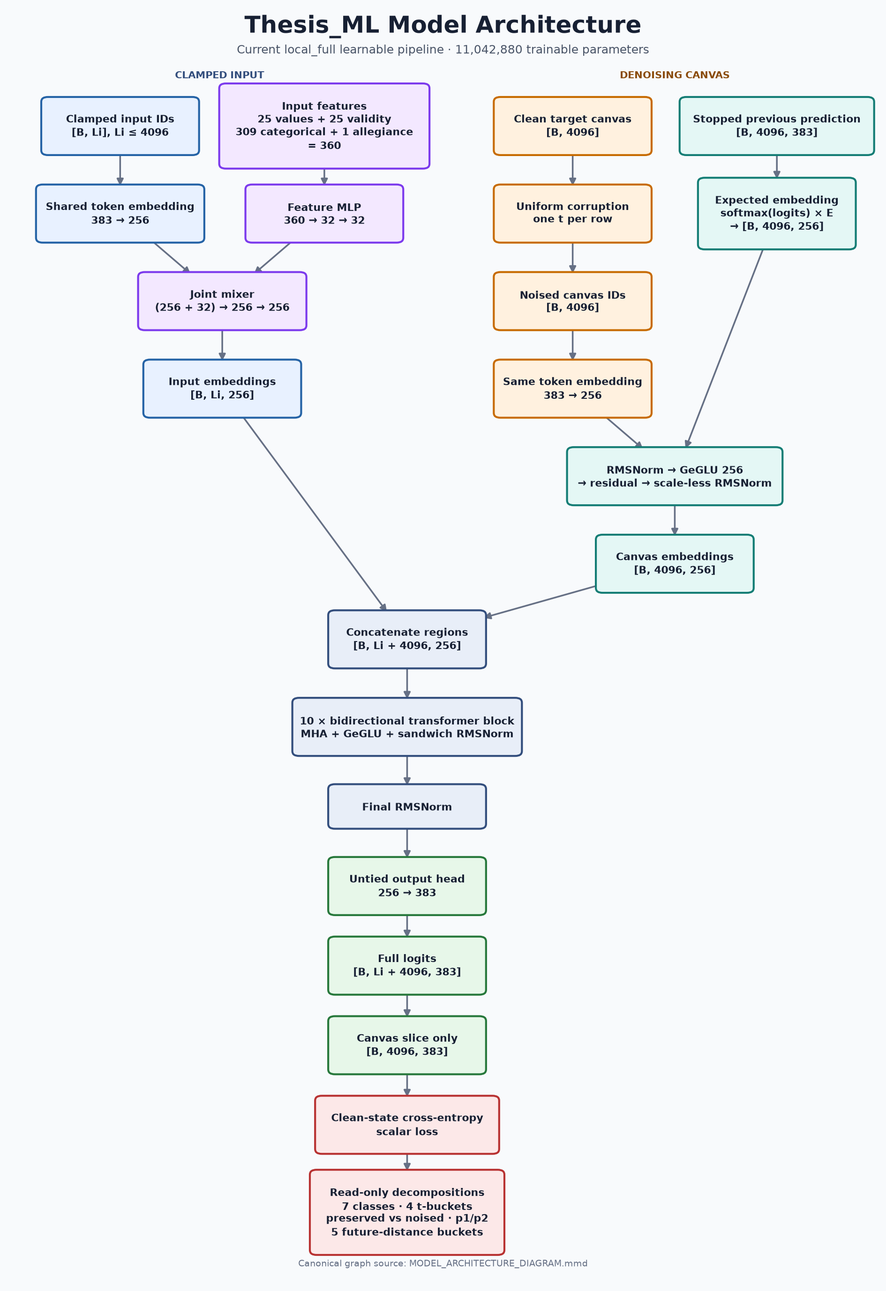
Before: Model_Architecture/MODEL_ARCHITECTURE_DIAGRAM.png, a diagram exported from Mermaid (mataeo-eh/Thesis_ML). Its source is kept beside it as Model_Architecture/MODEL_ARCHITECTURE_DIAGRAM.mmd. Its diagram source:
```mermaid
flowchart TD
    A["Clamped input IDs<br/>[B, Li], Li ≤ 4096"] --> E["Shared token embedding<br/>383 → 256"]
    AF["Input features<br/>25 values + 25 validity<br/>309 categorical + 1 allegiance<br/>= 360"] --> FM["Feature MLP<br/>360 → 32 → 32"]
    E --> JM["Joint mixer<br/>(256 + 32) → 256 → 256"]
    FM --> JM
    JM --> IE["Input embeddings<br/>[B, Li, 256]"]

    T["Clean target canvas<br/>[B, 4096]"] --> C["Uniform corruption<br/>one t per row"]
    C --> NE["Noised canvas IDs<br/>[B, 4096]"]
    NE --> E2["Same token embedding<br/>383 → 256"]

    FP["Stopped previous prediction<br/>[B, 4096, 383]"] --> EX["Expected embedding<br/>softmax(logits) × E<br/>→ [B, 4096, 256]"]
    EX --> SC["RMSNorm → GeGLU 256<br/>→ residual → scale-less RMSNorm"]
    E2 --> SC
    SC --> CE["Canvas embeddings<br/>[B, 4096, 256]"]

    IE --> CAT["Concatenate regions<br/>[B, Li + 4096, 256]"]
    CE --> CAT

    CAT --> TR["10 × bidirectional transformer block<br/>MHA + GeGLU + sandwich RMSNorm"]
    TR --> FN["Final RMSNorm"]
    FN --> OH["Untied output head<br/>256 → 383"]
    OH --> FULL["Full logits<br/>[B, Li + 4096, 383]"]
    FULL --> SLICE["Canvas slice only<br/>[B, 4096, 383]"]
    SLICE --> LOSS["Clean-state cross-entropy<br/>scalar loss"]
    LOSS --> DEC["Read-only decompositions<br/>7 classes · 4 t-buckets<br/>preserved vs noised · p1/p2<br/>5 future-distance buckets"]
```
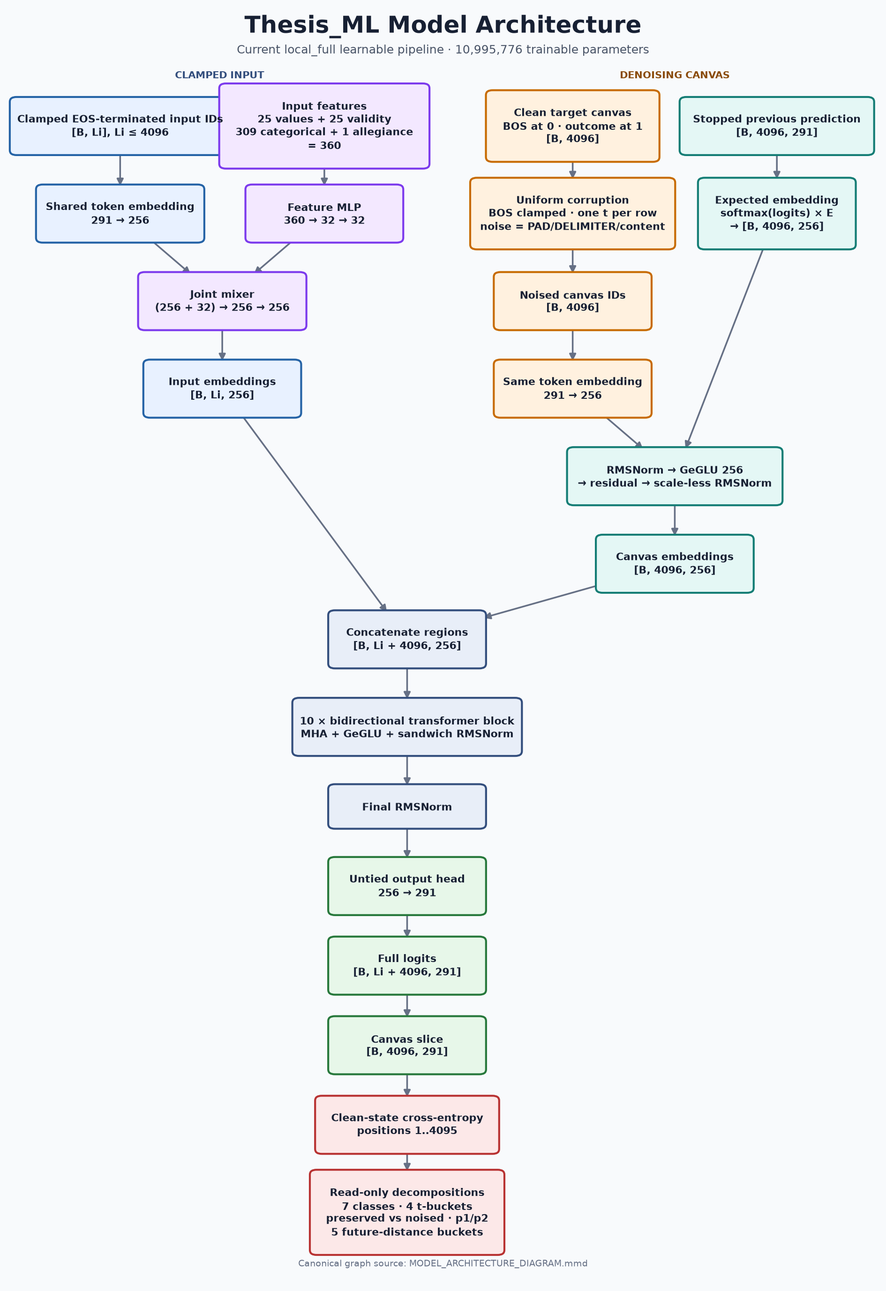
After the commit.

What changed in the source:
```diff
@@ -1,15 +1,15 @@
 flowchart TD
-    A["Clamped input IDs<br/>[B, Li], Li ≤ 4096"] --> E["Shared token embedding<br/>383 → 256"]
+    A["Clamped EOS-terminated input IDs<br/>[B, Li], Li ≤ 4096"] --> E["Shared token embedding<br/>291 → 256"]
     AF["Input features<br/>25 values + 25 validity<br/>309 categorical + 1 allegiance<br/>= 360"] --> FM["Feature MLP<br/>360 → 32 → 32"]
     E --> JM["Joint mixer<br/>(256 + 32) → 256 → 256"]
     FM --> JM
     JM --> IE["Input embeddings<br/>[B, Li, 256]"]
 
-    T["Clean target canvas<br/>[B, 4096]"] --> C["Uniform corruption<br/>one t per row"]
+    T["Clean target canvas<br/>BOS at 0 · outcome at 1<br/>[B, 4096]"] --> C["Uniform corruption<br/>BOS clamped · one t per row<br/>noise = PAD/DELIMITER/content"]
     C --> NE["Noised canvas IDs<br/>[B, 4096]"]
-    NE --> E2["Same token embedding<br/>383 → 256"]
+    NE --> E2["Same token embedding<br/>291 → 256"]
 
-    FP["Stopped previous prediction<br/>[B, 4096, 383]"] --> EX["Expected embedding<br/>softmax(logits) × E<br/>→ [B, 4096, 256]"]
+    FP["Stopped previous prediction<br/>[B, 4096, 291]"] --> EX["Expected embedding<br/>softmax(logits) × E<br/>→ [B, 4096, 256]"]
     EX --> SC["RMSNorm → GeGLU 256<br/>→ residual → scale-less RMSNorm"]
     E2 --> SC
     SC --> CE["Canvas embeddings<br/>[B, 4096, 256]"]
@@ -19,8 +19,8 @@
 
     CAT --> TR["10 × bidirectional transformer block<br/>MHA + GeGLU + sandwich RMSNorm"]
     TR --> FN["Final RMSNorm"]
-    FN --> OH["Untied output head<br/>256 → 383"]
-    OH --> FULL["Full logits<br/>[B, Li + 4096, 383]"]
-    FULL --> SLICE["Canvas slice only<br/>[B, 4096, 383]"]
-    SLICE --> LOSS["Clean-state cross-entropy<br/>scalar loss"]
+    FN --> OH["Untied output head<br/>256 → 291"]
+    OH --> FULL["Full logits<br/>[B, Li + 4096, 291]"]
+    FULL --> SLICE["Canvas slice<br/>[B, 4096, 291]"]
+    SLICE --> LOSS["Clean-state cross-entropy<br/>positions 1..4095"]
     LOSS --> DEC["Read-only decompositions<br/>7 classes · 4 t-buckets<br/>preserved vs noised · p1/p2<br/>5 future-distance buckets"]
```
